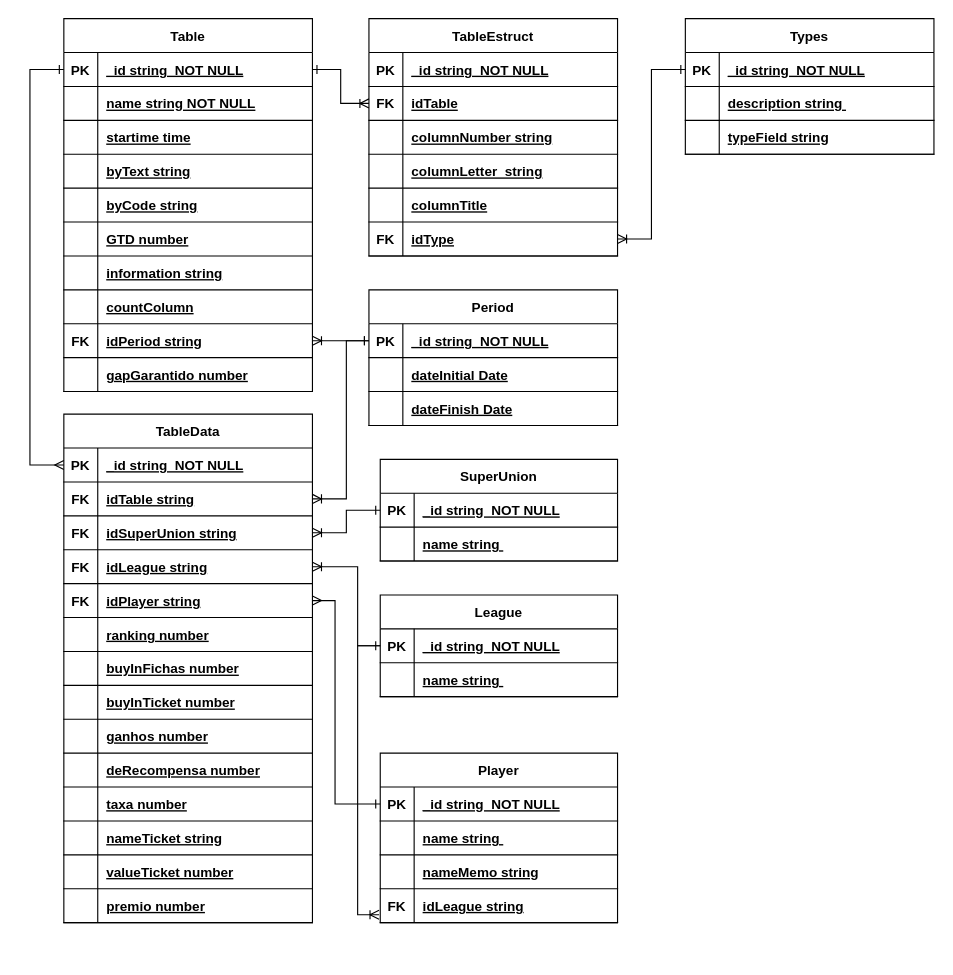
Before: Diagrama sem nome.drawio in mauriciorocha1968/RestFullPDF, a draw.io diagram. Source tidied: cells renumbered, new cells numbered last; positions are measured from the earlier drawing's top-left corner, leaving out a move shared by most shapes. Both pictures are drawn from the tidied source at 113%, with x=0, y=0 at pixel (29, 18).
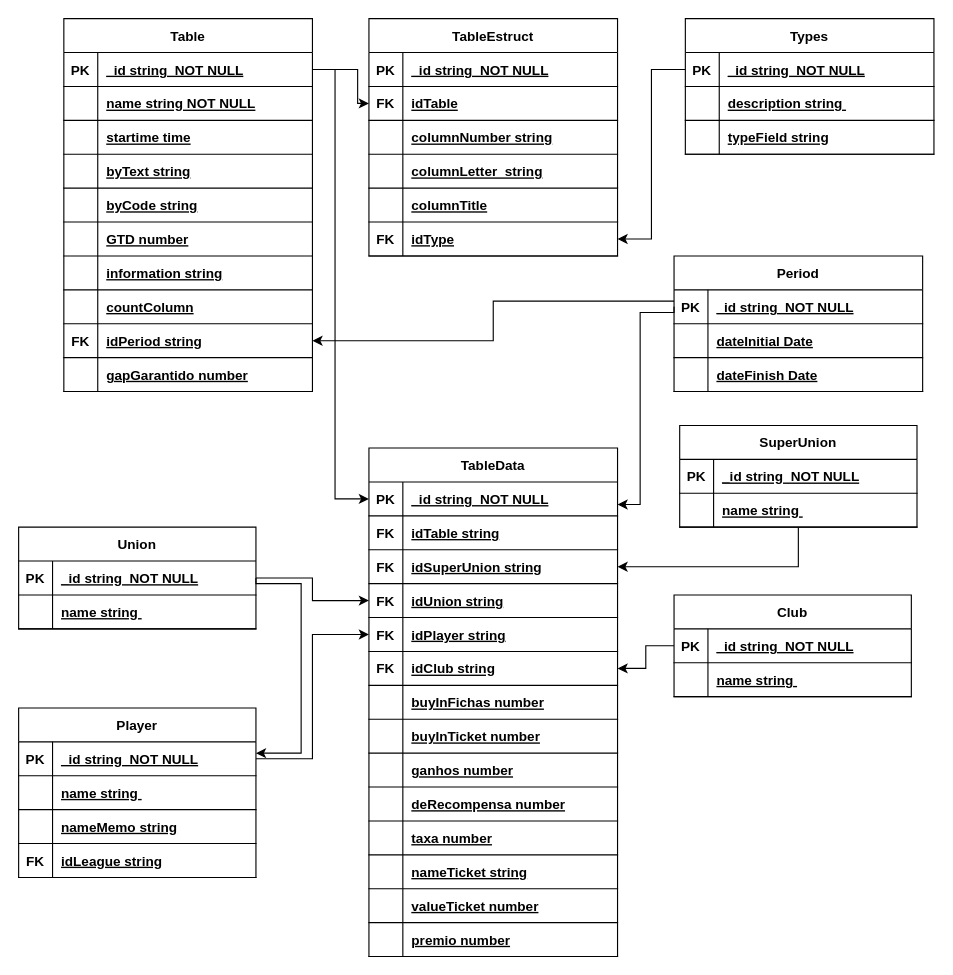
The same page after the edit.

The change refers to these unchanged cells:
```xml
<mxCell id="3" style="shape=partialRectangle;fillColor=none;points=[[0,0.5],[1,0.5]];portConstraint=eastwest;top=0;left=0;right=0;bottom=1;" parent="2" vertex="1">
  <mxGeometry y="30" width="220" height="30" as="geometry" />
</mxCell>
<mxCell id="27" style="shape=partialRectangle;fillColor=none;points=[[0,0.5],[1,0.5]];portConstraint=eastwest;top=0;left=0;right=0;bottom=1;" parent="2" vertex="1">
  <mxGeometry y="270" width="220" height="30" as="geometry" />
</mxCell>
<mxCell id="37" style="shape=partialRectangle;fillColor=none;points=[[0,0.5],[1,0.5]];portConstraint=eastwest;top=0;left=0;right=0;bottom=1;" parent="33" vertex="1">
  <mxGeometry y="60" width="220" height="30" as="geometry" />
</mxCell>
<mxCell id="49" style="shape=partialRectangle;fillColor=none;points=[[0,0.5],[1,0.5]];portConstraint=eastwest;top=0;left=0;right=0;bottom=1;" parent="33" vertex="1">
  <mxGeometry y="180" width="220" height="30" as="geometry" />
</mxCell>
<mxCell id="53" style="shape=partialRectangle;fillColor=none;points=[[0,0.5],[1,0.5]];portConstraint=eastwest;top=0;left=0;right=0;bottom=1;" parent="52" vertex="1">
  <mxGeometry y="30" width="220" height="30" as="geometry" />
</mxCell>
<mxCell id="65" style="shape=partialRectangle;fillColor=none;points=[[0,0.5],[1,0.5]];portConstraint=eastwest;top=0;left=0;right=0;bottom=1;" parent="64" vertex="1">
  <mxGeometry y="30" width="220" height="30" as="geometry" />
</mxCell>
<mxCell id="75" style="shape=partialRectangle;fillColor=none;points=[[0,0.5],[1,0.5]];portConstraint=eastwest;top=0;left=0;right=0;bottom=1;" parent="74" vertex="1">
  <mxGeometry y="30" width="220" height="30" as="geometry" />
</mxCell>
<mxCell id="78" style="shape=partialRectangle;fillColor=none;points=[[0,0.5],[1,0.5]];portConstraint=eastwest;top=0;left=0;right=0;bottom=1;" parent="74" vertex="1">
  <mxGeometry y="60" width="220" height="30" as="geometry" />
</mxCell>
<mxCell id="81" style="shape=partialRectangle;fillColor=none;points=[[0,0.5],[1,0.5]];portConstraint=eastwest;top=0;left=0;right=0;bottom=1;" parent="74" vertex="1">
  <mxGeometry y="90" width="220" height="30" as="geometry" />
</mxCell>
<mxCell id="84" style="shape=partialRectangle;fillColor=none;points=[[0,0.5],[1,0.5]];portConstraint=eastwest;top=0;left=0;right=0;bottom=1;" parent="74" vertex="1">
  <mxGeometry y="120" width="220" height="30" as="geometry" />
</mxCell>
<mxCell id="87" style="shape=partialRectangle;fillColor=none;points=[[0,0.5],[1,0.5]];portConstraint=eastwest;top=0;left=0;right=0;bottom=1;" parent="74" vertex="1">
  <mxGeometry y="150" width="220" height="30" as="geometry" />
</mxCell>
<mxCell id="90" style="shape=partialRectangle;fillColor=none;points=[[0,0.5],[1,0.5]];portConstraint=eastwest;top=0;left=0;right=0;bottom=1;" parent="74" vertex="1">
  <mxGeometry y="180" width="220" height="30" as="geometry" />
</mxCell>
<mxCell id="129" style="shape=partialRectangle;fillColor=none;points=[[0,0.5],[1,0.5]];portConstraint=eastwest;top=0;left=0;right=0;bottom=1;" parent="128" vertex="1">
  <mxGeometry y="30" width="210" height="30" as="geometry" />
</mxCell>
<mxCell id="137" style="shape=partialRectangle;fillColor=none;points=[[0,0.5],[1,0.5]];portConstraint=eastwest;top=0;left=0;right=0;bottom=1;" parent="136" vertex="1">
  <mxGeometry y="30" width="210" height="30" as="geometry" />
</mxCell>
<mxCell id="146" style="shape=partialRectangle;fillColor=none;points=[[0,0.5],[1,0.5]];portConstraint=eastwest;top=0;left=0;right=0;bottom=1;" parent="136" vertex="1">
  <mxGeometry y="120" width="210" height="30" as="geometry" />
</mxCell>
```

The edit, as a diff of the source:
```diff
@@
-    <mxCell id="62" style="edgeStyle=orthogonalEdgeStyle;rounded=0;jettySize=auto;html=1;entryX=1;entryY=0.5;entryDx=0;entryDy=0;endArrow=ERoneToMany;endFill=0;startArrow=ERone;startFill=0;" parent="1" edge="1" source="53" target="49">
+    <mxCell id="62" style="edgeStyle=orthogonalEdgeStyle;rounded=0;jettySize=auto;html=1;entryX=1;entryY=0.5;entryDx=0;entryDy=0;endArrow=classic;endFill=1;startArrow=none;startFill=0;" parent="1" edge="1" source="53" target="49">
       <mxGeometry relative="1" as="geometry" />
     </mxCell>
-    <mxCell id="63" style="edgeStyle=orthogonalEdgeStyle;rounded=0;jettySize=auto;html=1;endArrow=ERone;endFill=0;startArrow=ERoneToMany;startFill=0;" parent="1" edge="1" source="37" target="3">
-      <mxGeometry relative="1" as="geometry" />
+    <mxCell id="63" style="edgeStyle=orthogonalEdgeStyle;rounded=0;jettySize=auto;html=1;endArrow=none;endFill=0;startArrow=classic;startFill=1;" parent="1" edge="1" source="37" target="3">
+      <mxGeometry relative="1" as="geometry">
+        <Array as="points">
+          <mxPoint x="290" y="75" />
+          <mxPoint x="290" y="45" />
+        </Array>
+      </mxGeometry>
     </mxCell>
     <mxCell id="64" value="Period" style="shape=table;startSize=30;childLayout=tableLayout;rowLines=0;fontStyle=1;align=center;" parent="1" vertex="1">
-      <mxGeometry x="300" y="240" width="220" height="120" as="geometry" />
+      <mxGeometry x="570" y="210" width="220" height="120" as="geometry" />
     </mxCell>
@@
     <mxCell id="74" value="TableData" style="shape=table;startSize=30;childLayout=tableLayout;rowLines=0;fontStyle=1;align=center;" parent="1" vertex="1">
-      <mxGeometry x="30" y="350" width="220" height="450" as="geometry" />
+      <mxGeometry x="300" y="380" width="220" height="450" as="geometry" />
     </mxCell>
@@
-    <mxCell id="86" value="idLeague string" style="shape=partialRectangle;overflow=hidden;fillColor=none;top=0;left=0;bottom=0;right=0;align=left;spacingLeft=6;fontStyle=5;" parent="84" vertex="1">
+    <mxCell id="86" value="idUnion string" style="shape=partialRectangle;overflow=hidden;fillColor=none;top=0;left=0;bottom=0;right=0;align=left;spacingLeft=6;fontStyle=5;" parent="84" vertex="1">
       <mxGeometry x="30" width="190" height="30" as="geometry" />
     </mxCell>
@@
-    <mxCell id="91" style="shape=partialRectangle;overflow=hidden;fillColor=none;top=0;left=0;bottom=0;right=0;fontStyle=1;" parent="90" vertex="1">
+    <mxCell id="91" value="FK" style="shape=partialRectangle;overflow=hidden;fillColor=none;top=0;left=0;bottom=0;right=0;fontStyle=1;" parent="90" vertex="1">
       <mxGeometry width="30" height="30" as="geometry" />
     </mxCell>
-    <mxCell id="92" value="ranking number" style="shape=partialRectangle;overflow=hidden;fillColor=none;top=0;left=0;bottom=0;right=0;align=left;spacingLeft=6;fontStyle=5;" parent="90" vertex="1">
+    <mxCell id="92" value="idClub string" style="shape=partialRectangle;overflow=hidden;fillColor=none;top=0;left=0;bottom=0;right=0;align=left;spacingLeft=6;fontStyle=5;" parent="90" vertex="1">
       <mxGeometry x="30" width="190" height="30" as="geometry" />
     </mxCell>
@@
-    <mxCell id="117" style="edgeStyle=orthogonalEdgeStyle;rounded=0;jettySize=auto;html=1;entryX=1;entryY=0.5;entryDx=0;entryDy=0;endArrow=ERoneToMany;endFill=0;startArrow=ERone;startFill=0;" parent="1" edge="1" source="65" target="27">
-      <mxGeometry relative="1" as="geometry" />
+    <mxCell id="117" style="edgeStyle=orthogonalEdgeStyle;rounded=0;jettySize=auto;html=1;entryX=1;entryY=0.5;entryDx=0;entryDy=0;endArrow=classic;endFill=1;startArrow=none;startFill=0;" parent="1" edge="1" source="65" target="27">
+      <mxGeometry relative="1" as="geometry">
+        <Array as="points">
+          <mxPoint x="410" y="250" />
+          <mxPoint x="410" y="285" />
+        </Array>
+      </mxGeometry>
     </mxCell>
-    <mxCell id="118" style="edgeStyle=orthogonalEdgeStyle;rounded=0;jettySize=auto;html=1;exitX=0;exitY=0.5;exitDx=0;exitDy=0;startArrow=ERone;startFill=0;endArrow=ERmany;endFill=0;entryX=0;entryY=0.5;entryDx=0;entryDy=0;" parent="1" edge="1" source="3" target="75">
-      <mxGeometry relative="1" as="geometry">
-        <Array as="points">
-          <mxPoint y="45" />
-          <mxPoint y="395" />
-        </Array>
-      </mxGeometry>
-    </mxCell>
-    <mxCell id="119" style="edgeStyle=orthogonalEdgeStyle;rounded=0;jettySize=auto;html=1;endArrow=ERoneToMany;endFill=0;startArrow=ERone;startFill=0;" parent="1" edge="1" source="120" target="81">
+    <mxCell id="119" style="edgeStyle=orthogonalEdgeStyle;rounded=0;jettySize=auto;html=1;endArrow=classic;endFill=1;startArrow=none;startFill=0;" parent="1" edge="1" source="120" target="81">
       <mxGeometry relative="1" as="geometry" />
     </mxCell>
     <mxCell id="120" value="SuperUnion" style="shape=table;startSize=30;childLayout=tableLayout;rowLines=0;fontStyle=1;align=center;" parent="1" vertex="1">
-      <mxGeometry x="310" y="390" width="210" height="90" as="geometry" />
+      <mxGeometry x="575" y="360" width="210" height="90" as="geometry" />
     </mxCell>
@@
-    <mxCell id="127" style="edgeStyle=orthogonalEdgeStyle;rounded=0;jettySize=auto;html=1;entryX=1;entryY=0.5;entryDx=0;entryDy=0;endArrow=ERoneToMany;endFill=0;startArrow=ERone;startFill=0;" parent="1" edge="1" source="65" target="78">
+    <mxCell id="127" style="edgeStyle=orthogonalEdgeStyle;rounded=0;jettySize=auto;html=1;endArrow=classic;endFill=1;startArrow=none;startFill=0;exitX=0;exitY=0.5;exitDx=0;exitDy=0;" parent="1" edge="1" source="65">
       <mxGeometry relative="1" as="geometry">
+        <mxPoint x="520" y="430" as="targetPoint" />
         <Array as="points">
-          <mxPoint x="280" y="285" />
-          <mxPoint x="280" y="425" />
+          <mxPoint x="570" y="260" />
+          <mxPoint x="540" y="260" />
+          <mxPoint x="540" y="430" />
         </Array>
       </mxGeometry>
     </mxCell>
-    <mxCell id="128" value="League" style="shape=table;startSize=30;childLayout=tableLayout;rowLines=0;fontStyle=1;align=center;" parent="1" vertex="1">
-      <mxGeometry x="310" y="510" width="210" height="90" as="geometry" />
+    <mxCell id="128" value="Union" style="shape=table;startSize=30;childLayout=tableLayout;rowLines=0;fontStyle=1;align=center;" parent="1" vertex="1">
+      <mxGeometry x="-10" y="450" width="210" height="90" as="geometry" />
     </mxCell>
@@
-    <mxCell id="135" style="edgeStyle=orthogonalEdgeStyle;rounded=0;jettySize=auto;html=1;endArrow=ERoneToMany;endFill=0;startArrow=ERone;startFill=0;" parent="1" edge="1" source="129" target="84">
-      <mxGeometry relative="1" as="geometry">
-        <Array as="points">
-          <mxPoint x="290" y="555" />
-          <mxPoint x="290" y="485" />
-        </Array>
-      </mxGeometry>
-    </mxCell>
     <mxCell id="136" value="Player" style="shape=table;startSize=30;childLayout=tableLayout;rowLines=0;fontStyle=1;align=center;" parent="1" vertex="1">
-      <mxGeometry x="310" y="650" width="210" height="150" as="geometry" />
+      <mxGeometry x="-10" y="610" width="210" height="150" as="geometry" />
     </mxCell>
@@
-    <mxCell id="149" style="edgeStyle=orthogonalEdgeStyle;rounded=0;jettySize=auto;html=1;entryX=-0.005;entryY=0.767;entryDx=0;entryDy=0;entryPerimeter=0;endArrow=ERoneToMany;endFill=0;" parent="1" edge="1" source="129" target="146">
+    <mxCell id="149" style="edgeStyle=orthogonalEdgeStyle;rounded=0;jettySize=auto;html=1;endArrow=classic;endFill=1;exitX=1;exitY=0.5;exitDx=0;exitDy=0;" parent="1" edge="1" source="129">
       <mxGeometry relative="1" as="geometry">
+        <mxPoint x="200" y="650" as="targetPoint" />
         <Array as="points">
-          <mxPoint x="290" y="555" />
-          <mxPoint x="290" y="793" />
+          <mxPoint x="200" y="500" />
+          <mxPoint x="240" y="500" />
+          <mxPoint x="240" y="650" />
+          <mxPoint x="200" y="650" />
         </Array>
       </mxGeometry>
     </mxCell>
+    <mxCell id="151" value="Club" style="shape=table;startSize=30;childLayout=tableLayout;rowLines=0;fontStyle=1;align=center;" parent="1" vertex="1">
+      <mxGeometry x="570" y="510" width="210" height="90" as="geometry" />
+    </mxCell>
+    <mxCell id="152" style="shape=partialRectangle;fillColor=none;points=[[0,0.5],[1,0.5]];portConstraint=eastwest;top=0;left=0;right=0;bottom=1;" parent="151" vertex="1">
+      <mxGeometry y="30" width="210" height="30" as="geometry" />
+    </mxCell>
+    <mxCell id="153" value="PK" style="shape=partialRectangle;overflow=hidden;fillColor=none;top=0;left=0;bottom=0;right=0;fontStyle=1;" parent="152" vertex="1">
+      <mxGeometry width="30" height="30" as="geometry" />
+    </mxCell>
+    <mxCell id="154" value="_id string  NOT NULL " style="shape=partialRectangle;overflow=hidden;fillColor=none;top=0;left=0;bottom=0;right=0;align=left;spacingLeft=6;fontStyle=5;" parent="152" vertex="1">
+      <mxGeometry x="30" width="180" height="30" as="geometry" />
+    </mxCell>
+    <mxCell id="155" style="shape=partialRectangle;fillColor=none;top=0;left=0;right=0;bottom=1;" parent="151" vertex="1">
+      <mxGeometry y="60" width="210" height="30" as="geometry" />
+    </mxCell>
+    <mxCell id="156" style="shape=partialRectangle;overflow=hidden;fillColor=none;top=0;left=0;bottom=0;right=0;fontStyle=1;" parent="155" vertex="1">
+      <mxGeometry width="30" height="30" as="geometry" />
+    </mxCell>
+    <mxCell id="157" value="name string " style="shape=partialRectangle;overflow=hidden;fillColor=none;top=0;left=0;bottom=0;right=0;align=left;spacingLeft=6;fontStyle=5;" parent="155" vertex="1">
+      <mxGeometry x="30" width="180" height="30" as="geometry" />
+    </mxCell>
+    <mxCell id="158" style="edgeStyle=orthogonalEdgeStyle;rounded=0;jettySize=auto;html=1;exitX=0;exitY=0.5;exitDx=0;exitDy=0;entryX=1;entryY=0.5;entryDx=0;entryDy=0;" parent="1" edge="1" source="152" target="90">
+      <mxGeometry relative="1" as="geometry" />
+    </mxCell>
-    <mxCell id="150" style="edgeStyle=orthogonalEdgeStyle;rounded=0;jettySize=auto;html=1;endArrow=ERmany;endFill=0;startArrow=ERone;startFill=0;" parent="1" edge="1" source="137" target="87">
-      <mxGeometry relative="1" as="geometry">
-        <Array as="points">
-          <mxPoint x="270" y="695" />
-          <mxPoint x="270" y="515" />
-        </Array>
-      </mxGeometry>
+    <mxCell id="150" style="edgeStyle=orthogonalEdgeStyle;rounded=0;jettySize=auto;html=1;" parent="1" edge="1" source="137" target="87">
+      <mxGeometry relative="1" as="geometry" />
     </mxCell>
+    <mxCell id="135" style="edgeStyle=orthogonalEdgeStyle;rounded=0;jettySize=auto;html=1;entryX=0;entryY=0.5;entryDx=0;entryDy=0;" parent="1" edge="1" source="129" target="84">
+      <mxGeometry relative="1" as="geometry" />
+    </mxCell>
+    <mxCell id="118" style="edgeStyle=orthogonalEdgeStyle;rounded=0;jettySize=auto;html=1;" parent="1" edge="1" source="3" target="75">
+      <mxGeometry relative="1" as="geometry">
+        <Array as="points">
+          <mxPoint x="270" y="45" />
+          <mxPoint x="270" y="425" />
+        </Array>
+      </mxGeometry>
+    </mxCell>
```
